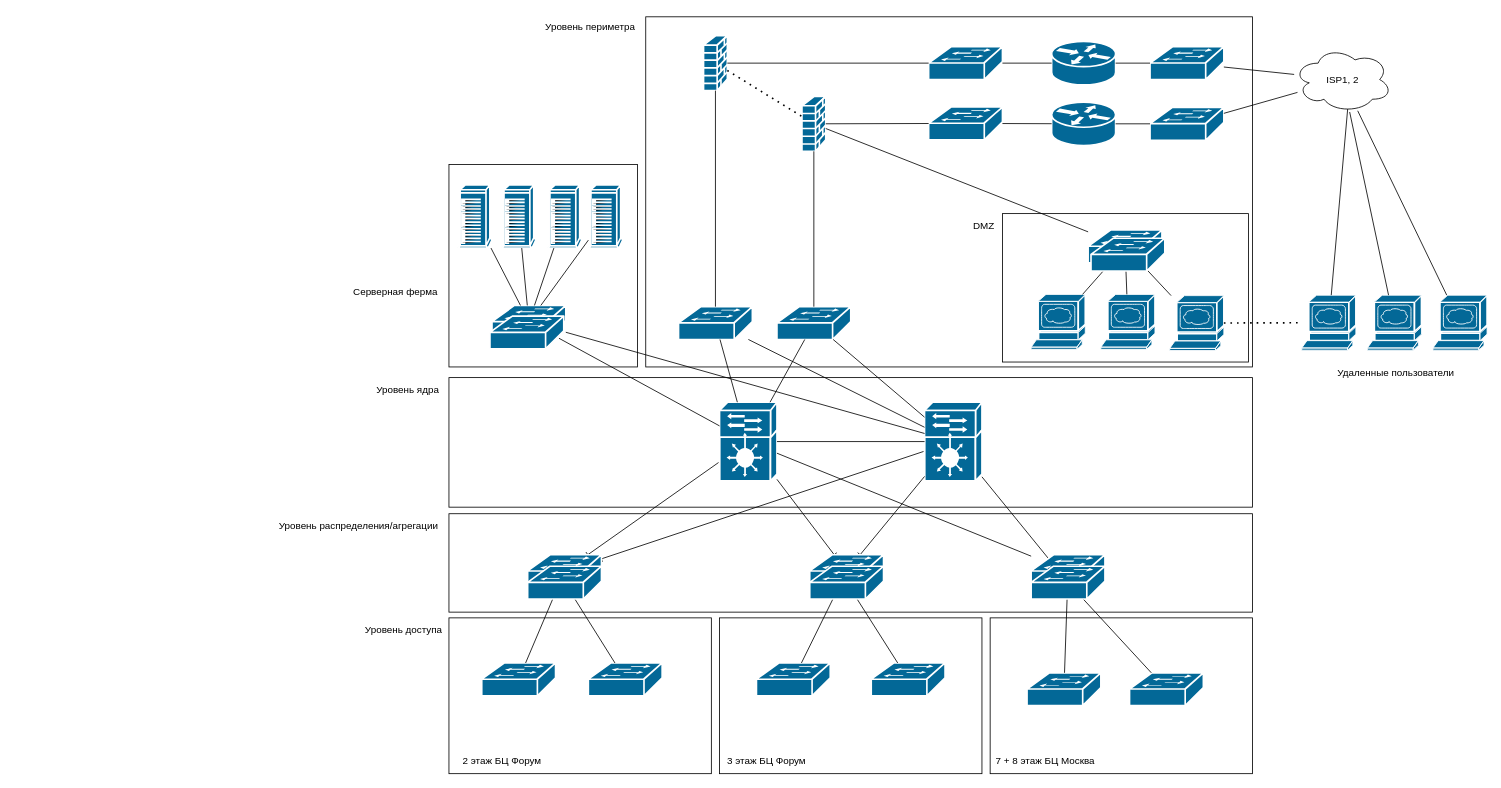
Earlier version of the draw.io diagram Untitled Diagram.drawio (kronalf/arhitektura_lan). Source tidied: cells renumbered, new cells numbered last; positions are measured from the earlier drawing's top-left corner, leaving out a move shared by most shapes. Both pictures are drawn from the tidied source at 82%, with x=0, y=0 at pixel (268, 13).
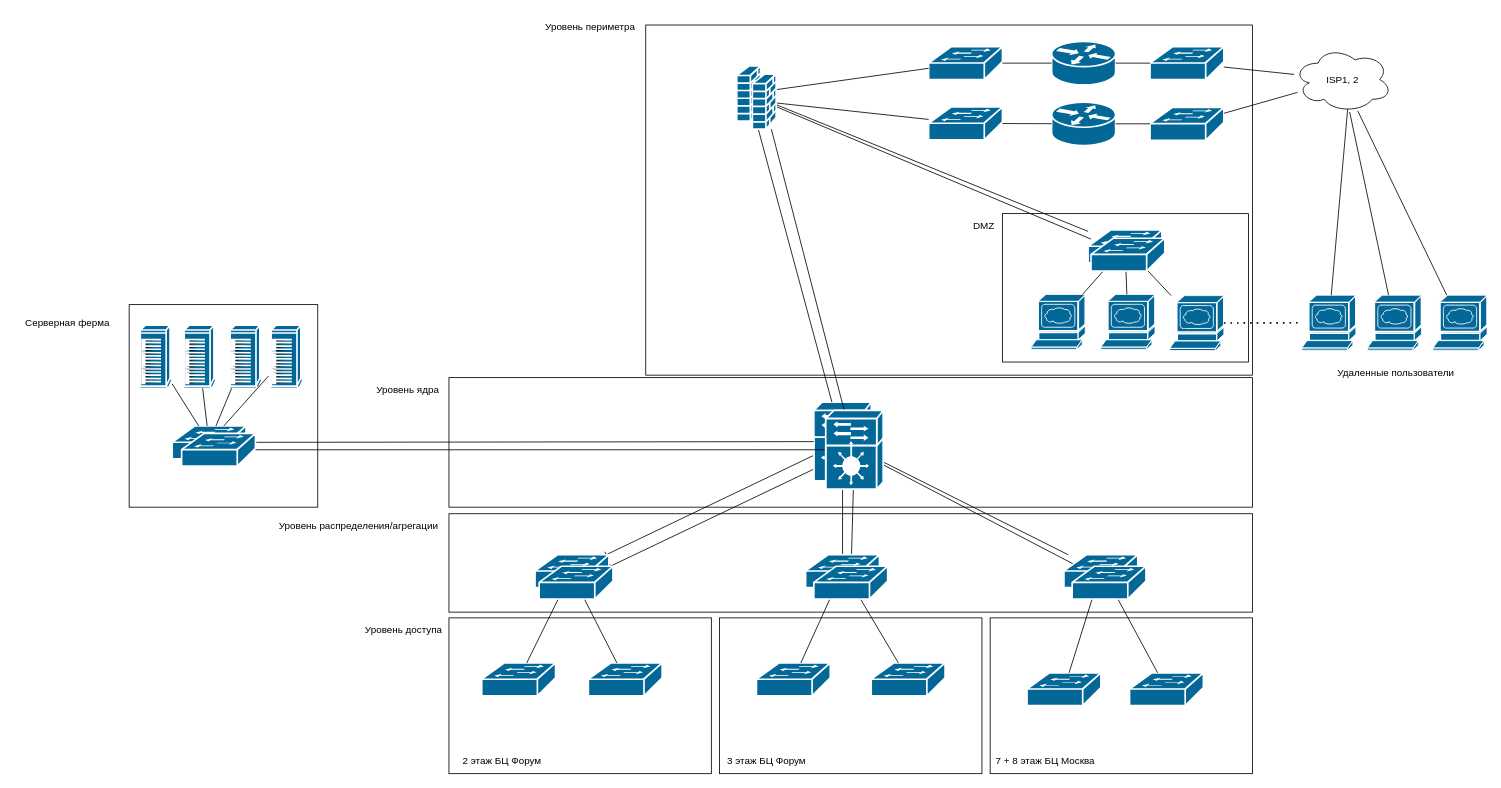
After the change.

The change refers to these unchanged cells:
```xml
<mxCell id="16" style="shape=mxgraph.cisco.switches.workgroup_switch;sketch=0;html=1;dashed=0;fillColor=#036897;strokeColor=#ffffff;strokeWidth=2;verticalLabelPosition=bottom;verticalAlign=top;align=center;outlineConnect=0;" parent="1" vertex="1">
  <mxGeometry x="999.5" y="264" width="90" height="40" as="geometry" />
</mxCell>
<mxCell id="96" style="shape=mxgraph.cisco.switches.workgroup_switch;sketch=0;html=1;dashed=0;fillColor=#036897;strokeColor=#ffffff;strokeWidth=2;verticalLabelPosition=bottom;verticalAlign=top;align=center;outlineConnect=0;" parent="1" vertex="1">
  <mxGeometry x="1003" y="274" width="90" height="40" as="geometry" />
</mxCell>
```

The edit, as a diff of the source:
```diff
@@
     <mxCell id="2" style="rounded=0;whiteSpace=wrap;html=1;" parent="1" vertex="1">
-      <mxGeometry x="220" y="184" width="230" height="247" as="geometry" />
+      <mxGeometry x="-170" y="355" width="230" height="247" as="geometry" />
     </mxCell>
     <mxCell id="3" style="rounded=0;whiteSpace=wrap;html=1;" parent="1" vertex="1">
-      <mxGeometry x="460" y="4" width="740" height="427" as="geometry" />
+      <mxGeometry x="460" y="14" width="740" height="427" as="geometry" />
     </mxCell>
@@
-    <mxCell id="8" style="rounded=0;jettySize=auto;html=1;endArrow=baseDash;endFill=0;" parent="1" edge="1" source="10" target="11">
+    <mxCell id="8" style="rounded=0;jettySize=auto;html=1;endArrow=baseDash;endFill=0;" parent="1" edge="1" source="10" target="95">
       <mxGeometry relative="1" as="geometry" />
     </mxCell>
     <mxCell id="9" style="shape=mxgraph.cisco.controllers_and_modules.service_module;sketch=0;html=1;dashed=0;fillColor=#036897;strokeColor=#ffffff;strokeWidth=2;verticalLabelPosition=bottom;verticalAlign=top;align=center;outlineConnect=0;" parent="1" vertex="1">
-      <mxGeometry x="550" y="474" width="70" height="96" as="geometry" />
+      <mxGeometry x="665" y="474" width="70" height="96" as="geometry" />
     </mxCell>
-    <mxCell id="10" style="shape=mxgraph.cisco.controllers_and_modules.service_module;sketch=0;html=1;dashed=0;fillColor=#036897;strokeColor=#ffffff;strokeWidth=2;verticalLabelPosition=bottom;verticalAlign=top;align=center;outlineConnect=0;" parent="1" vertex="1">
-      <mxGeometry x="800" y="474" width="70" height="96" as="geometry" />
-    </mxCell>
     <mxCell id="11" style="shape=mxgraph.cisco.switches.workgroup_switch;sketch=0;html=1;dashed=0;fillColor=#036897;strokeColor=#ffffff;strokeWidth=2;verticalLabelPosition=bottom;verticalAlign=top;align=center;outlineConnect=0;" parent="1" vertex="1">
-      <mxGeometry x="316" y="660" width="90" height="40" as="geometry" />
+      <mxGeometry x="325" y="660" width="90" height="40" as="geometry" />
     </mxCell>
@@
-    <mxCell id="14" style="shape=mxgraph.cisco.security.firewall;sketch=0;html=1;dashed=0;fillColor=#036897;strokeColor=#ffffff;strokeWidth=2;verticalLabelPosition=bottom;verticalAlign=top;align=center;outlineConnect=0;" parent="1" vertex="1">
-      <mxGeometry x="650.5" y="101" width="29" height="67" as="geometry" />
-    </mxCell>
     <mxCell id="15" style="shape=mxgraph.cisco.security.firewall;sketch=0;html=1;dashed=0;fillColor=#036897;strokeColor=#ffffff;strokeWidth=2;verticalLabelPosition=bottom;verticalAlign=top;align=center;outlineConnect=0;" parent="1" vertex="1">
-      <mxGeometry x="530.5" y="27" width="29" height="67" as="geometry" />
+      <mxGeometry x="571" y="64" width="29" height="67" as="geometry" />
     </mxCell>
@@
-    <mxCell id="17" style="shape=mxgraph.cisco.switches.workgroup_switch;sketch=0;html=1;dashed=0;fillColor=#036897;strokeColor=#ffffff;strokeWidth=2;verticalLabelPosition=bottom;verticalAlign=top;align=center;outlineConnect=0;" parent="1" vertex="1">
-      <mxGeometry x="620" y="357.5" width="90" height="40" as="geometry" />
-    </mxCell>
-    <mxCell id="18" style="shape=mxgraph.cisco.switches.workgroup_switch;sketch=0;html=1;dashed=0;fillColor=#036897;strokeColor=#ffffff;strokeWidth=2;verticalLabelPosition=bottom;verticalAlign=top;align=center;outlineConnect=0;" parent="1" vertex="1">
-      <mxGeometry x="500" y="357.5" width="90" height="40" as="geometry" />
-    </mxCell>
@@
     <mxCell id="25" style="shape=mxgraph.cisco.switches.workgroup_switch;sketch=0;html=1;dashed=0;fillColor=#036897;strokeColor=#ffffff;strokeWidth=2;verticalLabelPosition=bottom;verticalAlign=top;align=center;outlineConnect=0;" parent="1" vertex="1">
-      <mxGeometry x="272.5" y="356" width="90" height="40" as="geometry" />
+      <mxGeometry x="-117.5" y="503" width="90" height="40" as="geometry" />
     </mxCell>
@@
-    <mxCell id="29" style="rounded=0;jettySize=auto;html=1;endArrow=baseDash;endFill=0;" parent="1" edge="1" source="10" target="99">
+    <mxCell id="29" style="rounded=0;jettySize=auto;html=1;endArrow=baseDash;endFill=0;" parent="1" edge="1" source="10" target="100">
       <mxGeometry relative="1" as="geometry" />
     </mxCell>
-    <mxCell id="30" style="rounded=0;jettySize=auto;html=1;endArrow=baseDash;endFill=0;" parent="1" edge="1" source="9" target="99">
-      <mxGeometry relative="1" as="geometry" />
+    <mxCell id="30" style="rounded=0;jettySize=auto;html=1;endArrow=baseDash;endFill=0;" parent="1" edge="1" source="9">
+      <mxGeometry relative="1" as="geometry">
+        <mxPoint x="700" y="664" as="targetPoint" />
+      </mxGeometry>
     </mxCell>
-    <mxCell id="31" style="endArrow=none;html=1;rounded=0;" parent="1" edge="1" source="9" target="10">
-      <mxGeometry relative="1" as="geometry" />
-    </mxCell>
@@
     <mxCell id="53" value="Серверная ферма" style="text;html=1;strokeColor=none;fillColor=none;align=center;verticalAlign=middle;whiteSpace=wrap;rounded=0;" parent="1" vertex="1">
-      <mxGeometry x="90" y="325" width="130" height="30" as="geometry" />
+      <mxGeometry x="-310" y="362.5" width="130" height="30" as="geometry" />
     </mxCell>
@@
-    <mxCell id="55" style="endArrow=none;html=1;rounded=0;" parent="1" edge="1" source="10" target="25">
+    <mxCell id="55" style="endArrow=none;html=1;rounded=0;" parent="1" edge="1" source="10" target="94">
       <mxGeometry relative="1" as="geometry" />
     </mxCell>
@@
-    <mxCell id="59" style="endArrow=none;html=1;rounded=0;" parent="1" edge="1" source="18" target="15">
+    <mxCell id="59" style="endArrow=none;html=1;rounded=0;" parent="1" edge="1" source="9" target="15">
       <mxGeometry relative="1" as="geometry" />
     </mxCell>
-    <mxCell id="60" style="endArrow=none;html=1;rounded=0;" parent="1" edge="1" source="17" target="14">
+    <mxCell id="60" style="endArrow=none;html=1;rounded=0;" parent="1" edge="1" source="10" target="14">
       <mxGeometry relative="1" as="geometry" />
     </mxCell>
@@
-    <mxCell id="62" style="endArrow=none;html=1;rounded=0;" parent="1" edge="1" source="10" target="17">
-      <mxGeometry relative="1" as="geometry" />
-    </mxCell>
-    <mxCell id="63" style="endArrow=none;html=1;rounded=0;" parent="1" edge="1" source="9" target="17">
-      <mxGeometry relative="1" as="geometry" />
-    </mxCell>
-    <mxCell id="64" style="endArrow=none;html=1;rounded=0;" parent="1" edge="1" source="10" target="18">
-      <mxGeometry relative="1" as="geometry" />
-    </mxCell>
-    <mxCell id="65" style="endArrow=none;html=1;rounded=0;" parent="1" edge="1" source="9" target="18">
-      <mxGeometry relative="1" as="geometry" />
-    </mxCell>
@@
-    <mxCell id="77" style="endArrow=none;html=1;rounded=0;" parent="1" edge="1" source="14" target="16">
+    <mxCell id="77" style="endArrow=none;html=1;rounded=0;" parent="1" edge="1" source="15" target="16">
       <mxGeometry relative="1" as="geometry" />
     </mxCell>
     <mxCell id="78" style="shape=mxgraph.cisco.computers_and_peripherals.ibm_tower;sketch=0;html=1;dashed=0;fillColor=#036897;strokeColor=#ffffff;strokeWidth=2;verticalLabelPosition=bottom;verticalAlign=top;align=center;outlineConnect=0;" parent="1" vertex="1">
-      <mxGeometry x="230.5" y="209" width="42" height="77" as="geometry" />
+      <mxGeometry x="-159.5" y="380" width="42" height="77" as="geometry" />
     </mxCell>
     <mxCell id="79" style="shape=mxgraph.cisco.computers_and_peripherals.ibm_tower;sketch=0;html=1;dashed=0;fillColor=#036897;strokeColor=#ffffff;strokeWidth=2;verticalLabelPosition=bottom;verticalAlign=top;align=center;outlineConnect=0;" parent="1" vertex="1">
-      <mxGeometry x="284" y="209" width="42" height="77" as="geometry" />
+      <mxGeometry x="-106" y="380" width="42" height="77" as="geometry" />
     </mxCell>
     <mxCell id="80" style="shape=mxgraph.cisco.computers_and_peripherals.ibm_tower;sketch=0;html=1;dashed=0;fillColor=#036897;strokeColor=#ffffff;strokeWidth=2;verticalLabelPosition=bottom;verticalAlign=top;align=center;outlineConnect=0;" parent="1" vertex="1">
-      <mxGeometry x="340" y="209" width="42" height="77" as="geometry" />
+      <mxGeometry x="-50" y="380" width="42" height="77" as="geometry" />
     </mxCell>
     <mxCell id="81" style="shape=mxgraph.cisco.computers_and_peripherals.ibm_tower;sketch=0;html=1;dashed=0;fillColor=#036897;strokeColor=#ffffff;strokeWidth=2;verticalLabelPosition=bottom;verticalAlign=top;align=center;outlineConnect=0;" parent="1" vertex="1">
-      <mxGeometry x="390" y="209" width="42" height="77" as="geometry" />
+      <mxGeometry y="380" width="42" height="77" as="geometry" />
     </mxCell>
@@
     <mxCell id="94" style="shape=mxgraph.cisco.switches.workgroup_switch;sketch=0;html=1;dashed=0;fillColor=#036897;strokeColor=#ffffff;strokeWidth=2;verticalLabelPosition=bottom;verticalAlign=top;align=center;outlineConnect=0;" parent="1" vertex="1">
-      <mxGeometry x="270" y="369" width="90" height="40" as="geometry" />
+      <mxGeometry x="-106" y="512" width="90" height="40" as="geometry" />
     </mxCell>
     <mxCell id="95" style="shape=mxgraph.cisco.switches.workgroup_switch;sketch=0;html=1;dashed=0;fillColor=#036897;strokeColor=#ffffff;strokeWidth=2;verticalLabelPosition=bottom;verticalAlign=top;align=center;outlineConnect=0;" parent="1" vertex="1">
-      <mxGeometry x="316" y="674" width="90" height="40" as="geometry" />
+      <mxGeometry x="330" y="674" width="90" height="40" as="geometry" />
     </mxCell>
@@
     <mxCell id="97" style="shape=mxgraph.cisco.switches.workgroup_switch;sketch=0;html=1;dashed=0;fillColor=#036897;strokeColor=#ffffff;strokeWidth=2;verticalLabelPosition=bottom;verticalAlign=top;align=center;outlineConnect=0;" parent="1" vertex="1">
-      <mxGeometry x="930" y="660" width="90" height="40" as="geometry" />
+      <mxGeometry x="970" y="660" width="90" height="40" as="geometry" />
     </mxCell>
     <mxCell id="98" style="shape=mxgraph.cisco.switches.workgroup_switch;sketch=0;html=1;dashed=0;fillColor=#036897;strokeColor=#ffffff;strokeWidth=2;verticalLabelPosition=bottom;verticalAlign=top;align=center;outlineConnect=0;" parent="1" vertex="1">
-      <mxGeometry x="930" y="674" width="90" height="40" as="geometry" />
+      <mxGeometry x="980" y="674" width="90" height="40" as="geometry" />
     </mxCell>
     <mxCell id="99" style="shape=mxgraph.cisco.switches.workgroup_switch;sketch=0;html=1;dashed=0;fillColor=#036897;strokeColor=#ffffff;strokeWidth=2;verticalLabelPosition=bottom;verticalAlign=top;align=center;outlineConnect=0;" parent="1" vertex="1">
-      <mxGeometry x="660" y="660" width="90" height="40" as="geometry" />
+      <mxGeometry x="655" y="660" width="90" height="40" as="geometry" />
     </mxCell>
     <mxCell id="100" style="shape=mxgraph.cisco.switches.workgroup_switch;sketch=0;html=1;dashed=0;fillColor=#036897;strokeColor=#ffffff;strokeWidth=2;verticalLabelPosition=bottom;verticalAlign=top;align=center;outlineConnect=0;" parent="1" vertex="1">
-      <mxGeometry x="660" y="674" width="90" height="40" as="geometry" />
+      <mxGeometry x="665" y="674" width="90" height="40" as="geometry" />
     </mxCell>
+    <mxCell id="101" style="endArrow=none;html=1;rounded=0;" parent="1" edge="1" source="14" target="96">
+      <mxGeometry relative="1" as="geometry" />
+    </mxCell>
+    <mxCell id="14" style="shape=mxgraph.cisco.security.firewall;sketch=0;html=1;dashed=0;fillColor=#036897;strokeColor=#ffffff;strokeWidth=2;verticalLabelPosition=bottom;verticalAlign=top;align=center;outlineConnect=0;" parent="1" vertex="1">
+      <mxGeometry x="590" y="74" width="29" height="67" as="geometry" />
+    </mxCell>
+    <mxCell id="10" style="shape=mxgraph.cisco.controllers_and_modules.service_module;sketch=0;html=1;dashed=0;fillColor=#036897;strokeColor=#ffffff;strokeWidth=2;verticalLabelPosition=bottom;verticalAlign=top;align=center;outlineConnect=0;" parent="1" vertex="1">
+      <mxGeometry x="679.5" y="484" width="70" height="96" as="geometry" />
+    </mxCell>
```
